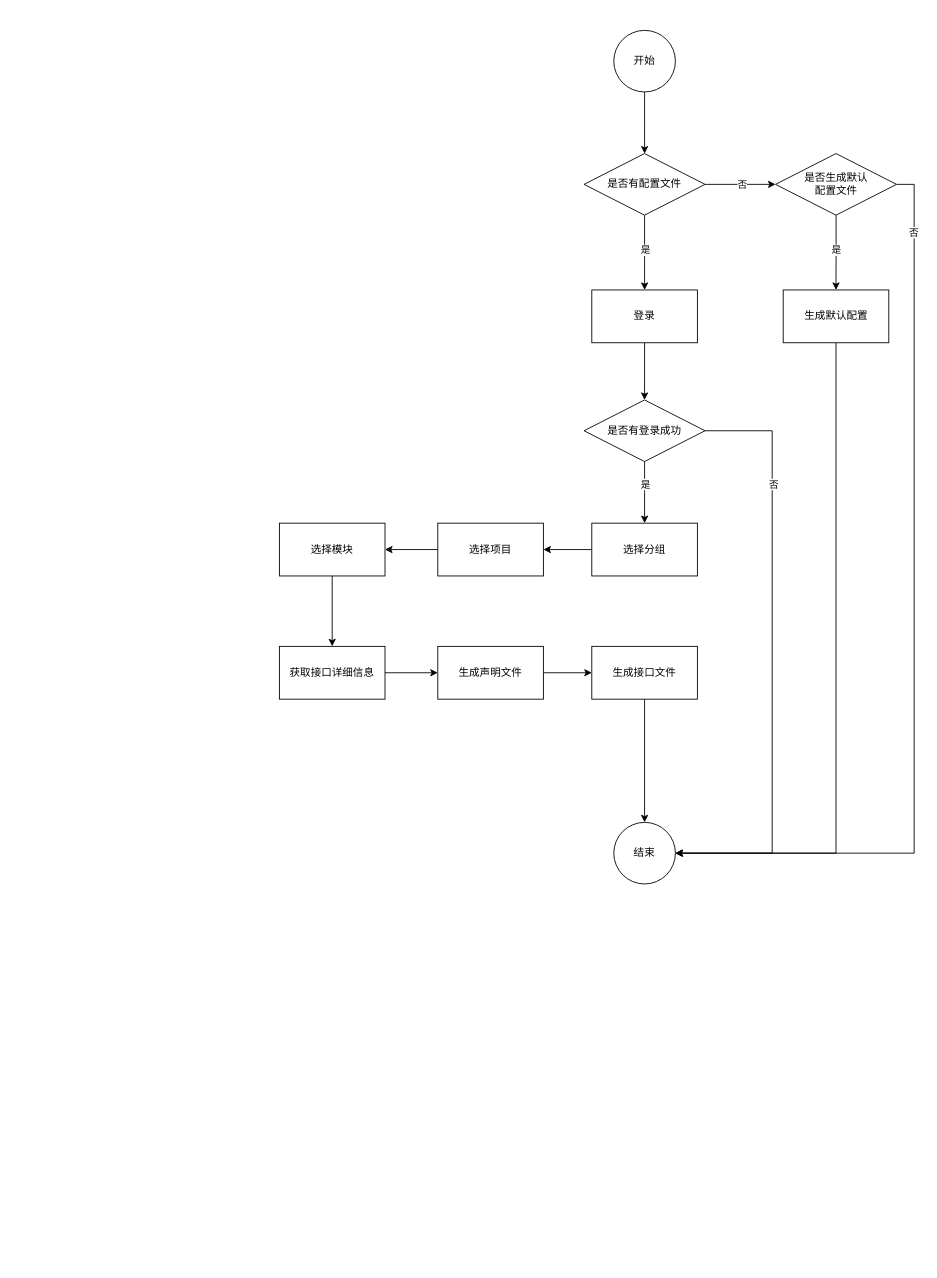
Before: process.drawio in SewerKing/y2t, a draw.io diagram. Source tidied: cells renumbered, new cells numbered last; positions are measured from the earlier drawing's top-left corner, leaving out a move shared by most shapes. Both pictures are drawn from the tidied source at 88%, with x=0, y=0 at pixel (279, 30).
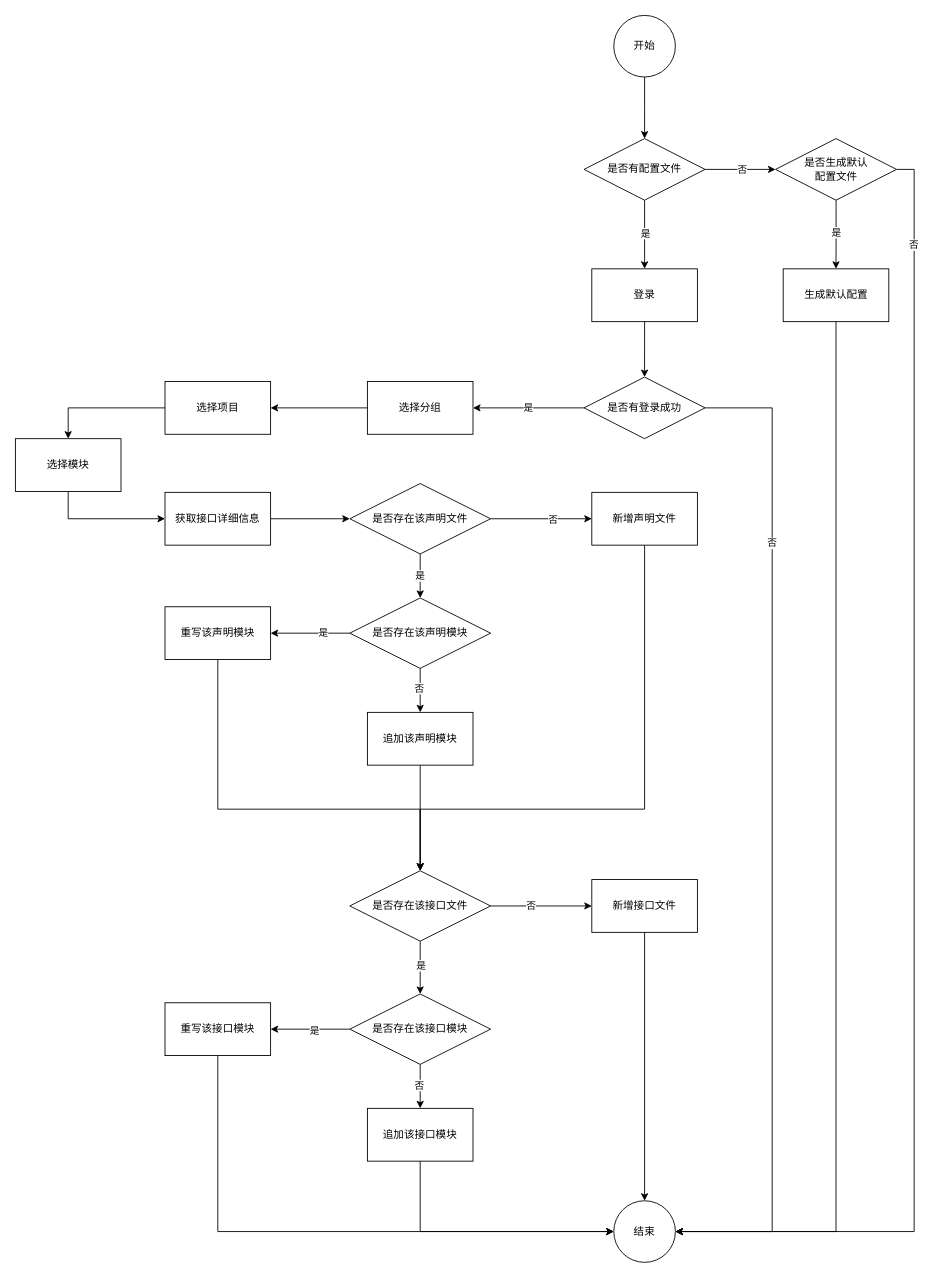
The same diagram, later.

What changed in the source:
```diff
@@
     <mxCell id="3" value="开始" style="ellipse;whiteSpace=wrap;html=1;" parent="1" vertex="1">
-      <mxGeometry x="380" width="70" height="70" as="geometry" />
+      <mxGeometry x="380" y="-17" width="70" height="70" as="geometry" />
     </mxCell>
@@
     <mxCell id="8" value="是否有配置文件" style="rhombus;whiteSpace=wrap;html=1;" parent="1" vertex="1">
-      <mxGeometry x="346.2" y="140" width="137.5" height="70" as="geometry" />
+      <mxGeometry x="346.2" y="123" width="137.5" height="70" as="geometry" />
     </mxCell>
@@
     <mxCell id="10" value="登录" style="whiteSpace=wrap;html=1;" parent="1" vertex="1">
-      <mxGeometry x="355" y="295" width="120" height="60" as="geometry" />
+      <mxGeometry x="355" y="271" width="120" height="60" as="geometry" />
     </mxCell>
@@
     <mxCell id="15" value="是否生成默认&lt;br&gt;配置文件" style="rhombus;whiteSpace=wrap;html=1;" parent="1" vertex="1">
-      <mxGeometry x="563.8" y="140" width="137.5" height="70" as="geometry" />
+      <mxGeometry x="563.8" y="123" width="137.5" height="70" as="geometry" />
     </mxCell>
     <mxCell id="16" value="结束" style="ellipse;whiteSpace=wrap;html=1;" parent="1" vertex="1">
-      <mxGeometry x="380" y="900" width="70" height="70" as="geometry" />
+      <mxGeometry x="380" y="1330" width="70" height="70" as="geometry" />
     </mxCell>
@@
     <mxCell id="18" value="生成默认配置" style="whiteSpace=wrap;html=1;" parent="1" vertex="1">
-      <mxGeometry x="572.5" y="295" width="120" height="60" as="geometry" />
+      <mxGeometry x="572.5" y="271" width="120" height="60" as="geometry" />
     </mxCell>
-    <mxCell id="19" style="edgeStyle=orthogonalEdgeStyle;rounded=0;jettySize=auto;html=1;" parent="1" edge="1" source="23" target="25">
-      <mxGeometry relative="1" as="geometry" />
-    </mxCell>
-    <mxCell id="20" value="是" style="edgeLabel;html=1;align=center;verticalAlign=middle;" parent="19" vertex="1">
-      <mxGeometry x="-0.27" relative="1" as="geometry" />
-    </mxCell>
     <mxCell id="21" style="edgeStyle=orthogonalEdgeStyle;rounded=0;jettySize=auto;html=1;exitX=1;exitY=0.5;exitDx=0;exitDy=0;entryX=1;entryY=0.5;entryDx=0;entryDy=0;" parent="1" edge="1" source="23" target="16">
       <mxGeometry relative="1" as="geometry">
         <Array as="points">
-          <mxPoint x="560" y="455" />
-          <mxPoint x="560" y="935" />
+          <mxPoint x="560" y="429" />
+          <mxPoint x="560" y="1365" />
         </Array>
       </mxGeometry>
     </mxCell>
     <mxCell id="22" value="否" style="edgeLabel;html=1;align=center;verticalAlign=middle;" parent="21" vertex="1">
-      <mxGeometry x="-0.59" y="1" relative="1" as="geometry" />
+      <mxGeometry x="-0.59" y="1" relative="1" as="geometry">
+        <mxPoint x="-2" as="offset" />
+      </mxGeometry>
     </mxCell>
+    <mxCell id="19" value="是" style="edgeStyle=orthogonalEdgeStyle;rounded=0;jettySize=auto;html=1;exitX=0;exitY=0.5;exitDx=0;exitDy=0;entryX=1;entryY=0.5;entryDx=0;entryDy=0;" parent="1" edge="1" source="23" target="25">
+      <mxGeometry relative="1" as="geometry" />
+    </mxCell>
     <mxCell id="23" value="是否有登录成功" style="rhombus;whiteSpace=wrap;html=1;" parent="1" vertex="1">
-      <mxGeometry x="346.2" y="420" width="137.5" height="70" as="geometry" />
+      <mxGeometry x="346.2" y="394" width="137.5" height="70" as="geometry" />
     </mxCell>
@@
     <mxCell id="25" value="选择分组" style="whiteSpace=wrap;html=1;" parent="1" vertex="1">
-      <mxGeometry x="355" y="560" width="120" height="60" as="geometry" />
+      <mxGeometry x="100" y="399" width="120" height="60" as="geometry" />
     </mxCell>
-    <mxCell id="26" style="edgeStyle=orthogonalEdgeStyle;rounded=0;jettySize=auto;html=1;exitX=0;exitY=0.5;exitDx=0;exitDy=0;entryX=1;entryY=0.5;entryDx=0;entryDy=0;" parent="1" edge="1" source="27" target="29">
+    <mxCell id="26" style="edgeStyle=orthogonalEdgeStyle;rounded=0;jettySize=auto;html=1;exitX=0;exitY=0.5;exitDx=0;exitDy=0;entryX=0.5;entryY=0;entryDx=0;entryDy=0;" parent="1" edge="1" source="27" target="29">
       <mxGeometry relative="1" as="geometry" />
     </mxCell>
     <mxCell id="27" value="选择项目" style="whiteSpace=wrap;html=1;" parent="1" vertex="1">
-      <mxGeometry x="180" y="560" width="120" height="60" as="geometry" />
+      <mxGeometry x="-130" y="399" width="120" height="60" as="geometry" />
     </mxCell>
-    <mxCell id="28" style="edgeStyle=orthogonalEdgeStyle;rounded=0;jettySize=auto;html=1;exitX=0.5;exitY=1;exitDx=0;exitDy=0;entryX=0.5;entryY=0;entryDx=0;entryDy=0;" parent="1" edge="1" source="29" target="31">
+    <mxCell id="28" style="edgeStyle=orthogonalEdgeStyle;rounded=0;jettySize=auto;html=1;exitX=0.5;exitY=1;exitDx=0;exitDy=0;entryX=0;entryY=0.5;entryDx=0;entryDy=0;" parent="1" edge="1" source="29" target="31">
       <mxGeometry relative="1" as="geometry" />
     </mxCell>
     <mxCell id="29" value="选择模块" style="whiteSpace=wrap;html=1;" parent="1" vertex="1">
-      <mxGeometry y="560" width="120" height="60" as="geometry" />
+      <mxGeometry x="-300" y="464" width="120" height="60" as="geometry" />
     </mxCell>
-    <mxCell id="30" style="edgeStyle=orthogonalEdgeStyle;rounded=0;jettySize=auto;html=1;exitX=1;exitY=0.5;exitDx=0;exitDy=0;entryX=0;entryY=0.5;entryDx=0;entryDy=0;" parent="1" edge="1" source="31" target="33">
-      <mxGeometry relative="1" as="geometry" />
-    </mxCell>
+    <mxCell id="36" style="edgeStyle=orthogonalEdgeStyle;rounded=0;jettySize=auto;html=1;exitX=1;exitY=0.5;exitDx=0;exitDy=0;entryX=0;entryY=0.5;entryDx=0;entryDy=0;" parent="1" edge="1" source="31" target="40">
+      <mxGeometry relative="1" as="geometry" />
+    </mxCell>
     <mxCell id="31" value="获取接口详细信息" style="whiteSpace=wrap;html=1;" parent="1" vertex="1">
-      <mxGeometry y="700" width="120" height="60" as="geometry" />
+      <mxGeometry x="-130" y="525" width="120" height="60" as="geometry" />
     </mxCell>
-    <mxCell id="32" style="edgeStyle=orthogonalEdgeStyle;rounded=0;jettySize=auto;html=1;exitX=1;exitY=0.5;exitDx=0;exitDy=0;entryX=0;entryY=0.5;entryDx=0;entryDy=0;" parent="1" edge="1" source="33" target="35">
-      <mxGeometry relative="1" as="geometry" />
-    </mxCell>
-    <mxCell id="33" value="生成声明文件" style="whiteSpace=wrap;html=1;" parent="1" vertex="1">
-      <mxGeometry x="180" y="700" width="120" height="60" as="geometry" />
-    </mxCell>
-    <mxCell id="34" style="edgeStyle=orthogonalEdgeStyle;rounded=0;jettySize=auto;html=1;exitX=0.5;exitY=1;exitDx=0;exitDy=0;entryX=0.5;entryY=0;entryDx=0;entryDy=0;" parent="1" edge="1" source="35" target="16">
-      <mxGeometry relative="1" as="geometry" />
-    </mxCell>
-    <mxCell id="35" value="生成接口文件" style="whiteSpace=wrap;html=1;" parent="1" vertex="1">
-      <mxGeometry x="355" y="700" width="120" height="60" as="geometry" />
-    </mxCell>
+    <mxCell id="37" style="edgeStyle=orthogonalEdgeStyle;rounded=0;jettySize=auto;html=1;exitX=1;exitY=0.5;exitDx=0;exitDy=0;entryX=0;entryY=0.5;entryDx=0;entryDy=0;" parent="1" edge="1" source="40" target="42">
+      <mxGeometry relative="1" as="geometry" />
+    </mxCell>
+    <mxCell id="38" value="否" style="edgeLabel;html=1;align=center;verticalAlign=middle;" parent="37" vertex="1">
+      <mxGeometry x="0.22" y="-2" relative="1" as="geometry">
+        <mxPoint y="-2" as="offset" />
+      </mxGeometry>
+    </mxCell>
+    <mxCell id="39" value="是" style="edgeStyle=orthogonalEdgeStyle;rounded=0;jettySize=auto;html=1;" parent="1" edge="1" source="40" target="47">
+      <mxGeometry relative="1" as="geometry" />
+    </mxCell>
+    <mxCell id="40" value="是否存在该声明文件" style="rhombus;whiteSpace=wrap;html=1;" parent="1" vertex="1">
+      <mxGeometry x="80" y="515" width="160" height="80" as="geometry" />
+    </mxCell>
+    <mxCell id="41" style="edgeStyle=orthogonalEdgeStyle;rounded=0;jettySize=auto;html=1;exitX=0.5;exitY=1;exitDx=0;exitDy=0;entryX=0.5;entryY=0;entryDx=0;entryDy=0;" parent="1" edge="1" source="42" target="56">
+      <mxGeometry relative="1" as="geometry">
+        <Array as="points">
+          <mxPoint x="415" y="885" />
+          <mxPoint x="160" y="885" />
+        </Array>
+      </mxGeometry>
+    </mxCell>
+    <mxCell id="42" value="新增声明文件" style="whiteSpace=wrap;html=1;" parent="1" vertex="1">
+      <mxGeometry x="355" y="525" width="120" height="60" as="geometry" />
+    </mxCell>
+    <mxCell id="43" style="edgeStyle=orthogonalEdgeStyle;rounded=0;jettySize=auto;html=1;" parent="1" edge="1" source="47" target="49">
+      <mxGeometry relative="1" as="geometry" />
+    </mxCell>
+    <mxCell id="44" value="是" style="edgeLabel;html=1;align=center;verticalAlign=middle;" parent="43" vertex="1">
+      <mxGeometry x="-0.24" y="-4" relative="1" as="geometry">
+        <mxPoint x="3" y="3" as="offset" />
+      </mxGeometry>
+    </mxCell>
+    <mxCell id="45" style="edgeStyle=orthogonalEdgeStyle;rounded=0;jettySize=auto;html=1;" parent="1" edge="1" source="47" target="51">
+      <mxGeometry relative="1" as="geometry" />
+    </mxCell>
+    <mxCell id="46" value="否" style="edgeLabel;html=1;align=center;verticalAlign=middle;" parent="45" vertex="1">
+      <mxGeometry x="-0.05" y="-2" relative="1" as="geometry">
+        <mxPoint y="-2" as="offset" />
+      </mxGeometry>
+    </mxCell>
+    <mxCell id="47" value="是否存在该声明模块" style="rhombus;whiteSpace=wrap;html=1;" parent="1" vertex="1">
+      <mxGeometry x="80" y="645" width="160" height="80" as="geometry" />
+    </mxCell>
+    <mxCell id="48" style="edgeStyle=orthogonalEdgeStyle;rounded=0;jettySize=auto;html=1;exitX=0.5;exitY=1;exitDx=0;exitDy=0;" parent="1" edge="1" source="49" target="56">
+      <mxGeometry relative="1" as="geometry">
+        <Array as="points">
+          <mxPoint x="-70" y="885" />
+          <mxPoint x="160" y="885" />
+        </Array>
+      </mxGeometry>
+    </mxCell>
+    <mxCell id="49" value="重写该声明模块" style="whiteSpace=wrap;html=1;" parent="1" vertex="1">
+      <mxGeometry x="-130" y="655" width="120" height="60" as="geometry" />
+    </mxCell>
+    <mxCell id="50" style="edgeStyle=orthogonalEdgeStyle;rounded=0;jettySize=auto;html=1;exitX=0.5;exitY=1;exitDx=0;exitDy=0;entryX=0.5;entryY=0;entryDx=0;entryDy=0;" parent="1" edge="1" source="51" target="56">
+      <mxGeometry relative="1" as="geometry" />
+    </mxCell>
+    <mxCell id="51" value="追加该声明模块" style="whiteSpace=wrap;html=1;" parent="1" vertex="1">
+      <mxGeometry x="100" y="775" width="120" height="60" as="geometry" />
+    </mxCell>
+    <mxCell id="52" style="edgeStyle=orthogonalEdgeStyle;rounded=0;jettySize=auto;html=1;" parent="1" edge="1" source="56" target="58">
+      <mxGeometry relative="1" as="geometry" />
+    </mxCell>
+    <mxCell id="53" value="否" style="edgeLabel;html=1;align=center;verticalAlign=middle;" parent="52" vertex="1">
+      <mxGeometry x="-0.22" y="1" relative="1" as="geometry" />
+    </mxCell>
+    <mxCell id="54" style="edgeStyle=orthogonalEdgeStyle;rounded=0;jettySize=auto;html=1;" parent="1" edge="1" source="56" target="63">
+      <mxGeometry relative="1" as="geometry" />
+    </mxCell>
+    <mxCell id="55" value="是" style="edgeLabel;html=1;align=center;verticalAlign=middle;" parent="54" vertex="1">
+      <mxGeometry x="-0.1" relative="1" as="geometry" />
+    </mxCell>
+    <mxCell id="56" value="是否存在该接口文件" style="rhombus;whiteSpace=wrap;html=1;" parent="1" vertex="1">
+      <mxGeometry x="80" y="955" width="160" height="80" as="geometry" />
+    </mxCell>
+    <mxCell id="57" style="edgeStyle=orthogonalEdgeStyle;rounded=0;jettySize=auto;html=1;exitX=0.5;exitY=1;exitDx=0;exitDy=0;entryX=0.5;entryY=0;entryDx=0;entryDy=0;" parent="1" edge="1" source="58" target="16">
+      <mxGeometry relative="1" as="geometry" />
+    </mxCell>
+    <mxCell id="58" value="新增接口文件" style="whiteSpace=wrap;html=1;" parent="1" vertex="1">
+      <mxGeometry x="355" y="965" width="120" height="60" as="geometry" />
+    </mxCell>
+    <mxCell id="59" style="edgeStyle=orthogonalEdgeStyle;rounded=0;jettySize=auto;html=1;" parent="1" edge="1" source="63" target="65">
+      <mxGeometry relative="1" as="geometry" />
+    </mxCell>
+    <mxCell id="60" value="是" style="edgeLabel;html=1;align=center;verticalAlign=middle;" parent="59" vertex="1">
+      <mxGeometry x="-0.1" y="1" relative="1" as="geometry" />
+    </mxCell>
+    <mxCell id="61" style="edgeStyle=orthogonalEdgeStyle;rounded=0;jettySize=auto;html=1;" parent="1" edge="1" source="63" target="67">
+      <mxGeometry relative="1" as="geometry" />
+    </mxCell>
+    <mxCell id="62" value="否" style="edgeLabel;html=1;align=center;verticalAlign=middle;" parent="61" vertex="1">
+      <mxGeometry x="-0.08" y="-2" relative="1" as="geometry" />
+    </mxCell>
+    <mxCell id="63" value="是否存在该接口模块" style="rhombus;whiteSpace=wrap;html=1;" parent="1" vertex="1">
+      <mxGeometry x="80" y="1095" width="160" height="80" as="geometry" />
+    </mxCell>
+    <mxCell id="64" style="edgeStyle=orthogonalEdgeStyle;rounded=0;jettySize=auto;html=1;exitX=0.5;exitY=1;exitDx=0;exitDy=0;entryX=0;entryY=0.5;entryDx=0;entryDy=0;" parent="1" edge="1" source="65" target="16">
+      <mxGeometry relative="1" as="geometry" />
+    </mxCell>
+    <mxCell id="65" value="&lt;span style=&quot;font-weight: 400&quot;&gt;重写该接口模块&lt;/span&gt;" style="whiteSpace=wrap;html=1;fontStyle=1;" parent="1" vertex="1">
+      <mxGeometry x="-130" y="1105" width="120" height="60" as="geometry" />
+    </mxCell>
+    <mxCell id="66" style="edgeStyle=orthogonalEdgeStyle;rounded=0;jettySize=auto;html=1;exitX=0.5;exitY=1;exitDx=0;exitDy=0;entryX=0;entryY=0.5;entryDx=0;entryDy=0;" parent="1" edge="1" source="67" target="16">
+      <mxGeometry relative="1" as="geometry" />
+    </mxCell>
+    <mxCell id="67" value="追加该接口模块" style="whiteSpace=wrap;html=1;" parent="1" vertex="1">
+      <mxGeometry x="100" y="1225" width="120" height="60" as="geometry" />
+    </mxCell>
```
